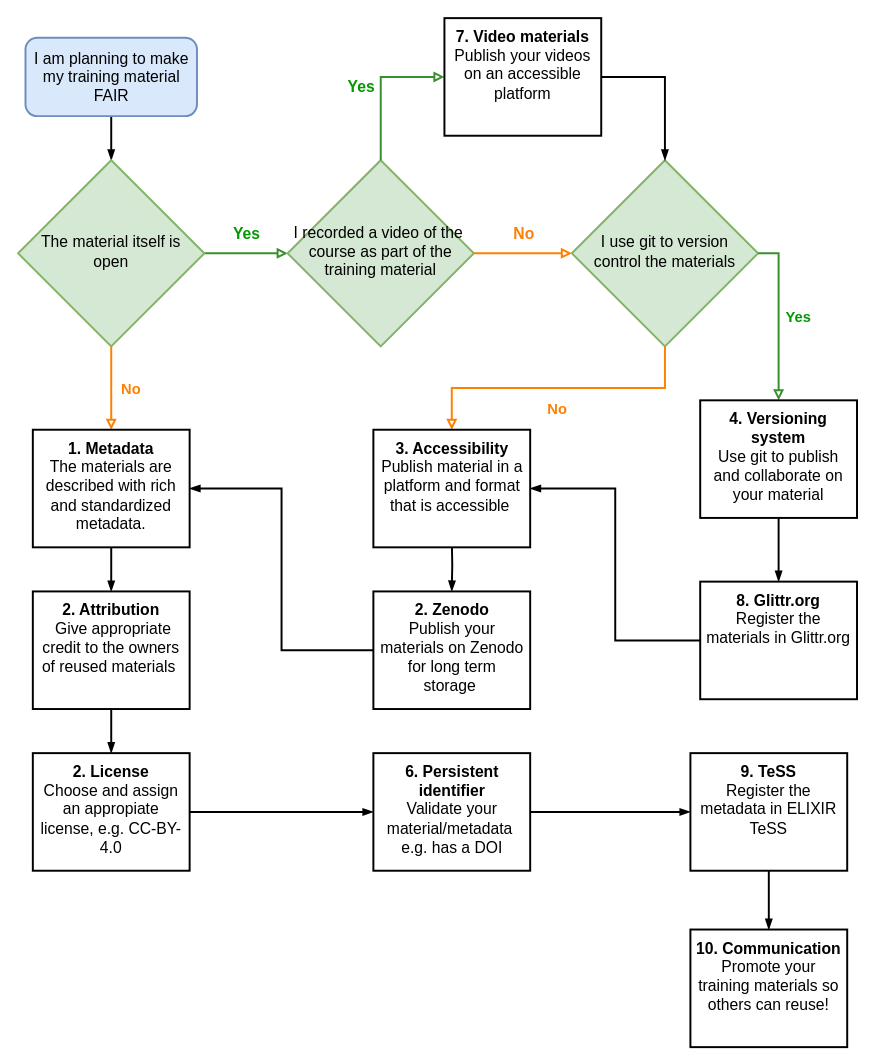
Above: FAIR_training_flowchart.drawio in sib-swiss/FAIR-training-flowchart (draw.io), before the change. Source tidied: cells renumbered, new cells numbered last; positions are measured from the earlier drawing's top-left corner, leaving out a move shared by most shapes. Both pictures are drawn from the tidied source at 98%, with x=0, y=0 at pixel (18, 18).
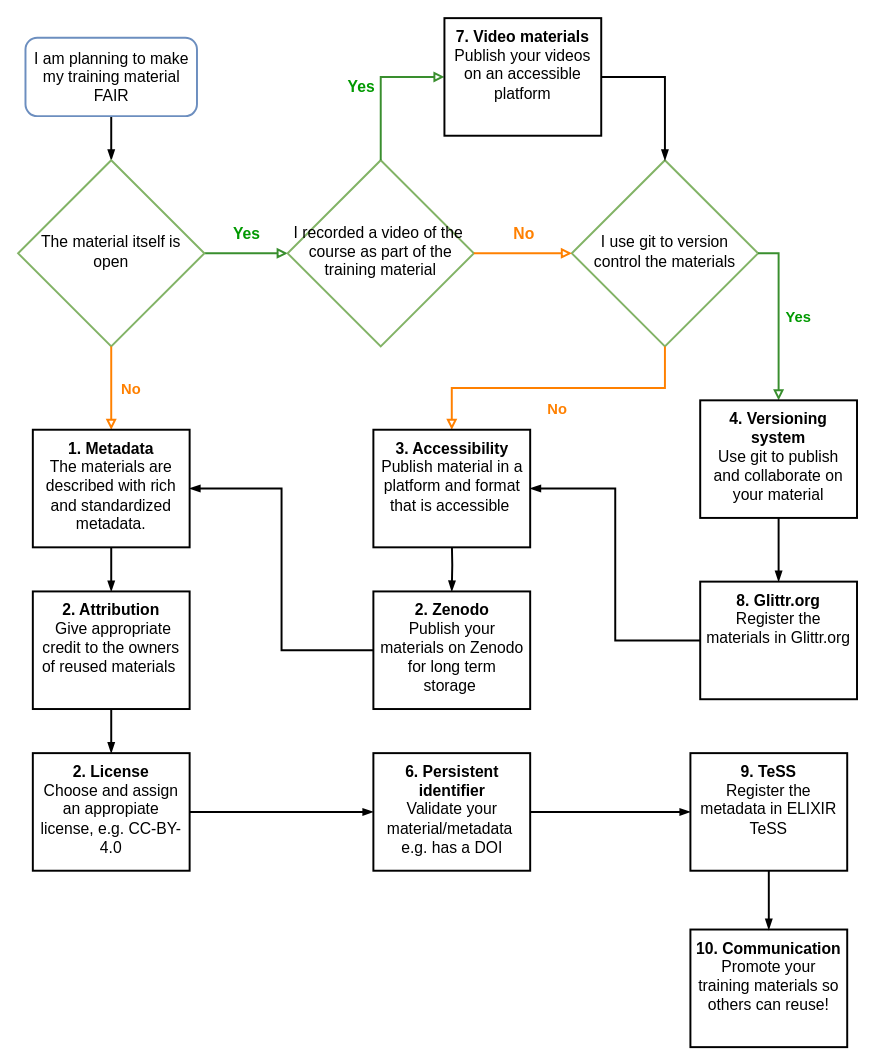
Above is the later version.

Commit message:
removes background for some boxes

Change to the diagram source:
```diff
@@
-    <mxCell id="3" value="&lt;p align=&quot;center&quot;&gt;I am planning to make my training&amp;nbsp;material FAIR&lt;/p&gt;" style="rounded=1;whiteSpace=wrap;html=1;fontSize=16;glass=0;strokeWidth=2;shadow=0;fillColor=#dae8fc;strokeColor=#6c8ebf;align=center;" parent="1" vertex="1">
+    <mxCell id="3" value="&lt;p align=&quot;center&quot;&gt;I am planning to make my training&amp;nbsp;material FAIR&lt;/p&gt;" style="rounded=1;whiteSpace=wrap;html=1;fontSize=16;glass=0;strokeWidth=2;shadow=0;fillColor=none;strokeColor=#6c8ebf;align=center;" parent="1" vertex="1">
       <mxGeometry x="7.5" y="20" width="175" height="80" as="geometry" />
     </mxCell>
@@
-    <mxCell id="5" value="I recorded a video of the&amp;nbsp;&lt;div&gt;course as part of the training material&lt;/div&gt;" style="rhombus;whiteSpace=wrap;html=1;shadow=0;fontFamily=Helvetica;fontSize=16;align=center;strokeWidth=2;spacing=6;spacingTop=-4;fillColor=#d5e8d4;strokeColor=#82b366;" parent="1" vertex="1">
+    <mxCell id="5" value="I recorded a video of the&amp;nbsp;&lt;div&gt;course as part of the training material&lt;/div&gt;" style="rhombus;whiteSpace=wrap;html=1;shadow=0;fontFamily=Helvetica;fontSize=16;align=center;strokeWidth=2;spacing=6;spacingTop=-4;fillColor=none;strokeColor=#82b366;" parent="1" vertex="1">
       <mxGeometry x="275" y="145" width="190" height="190" as="geometry" />
     </mxCell>
@@
-    <mxCell id="7" value="I use git to version control the materials" style="rhombus;whiteSpace=wrap;html=1;shadow=0;fontFamily=Helvetica;fontSize=16;align=center;strokeWidth=2;spacing=6;spacingTop=-4;fillColor=#d5e8d4;strokeColor=#82b366;" parent="1" vertex="1">
+    <mxCell id="7" value="I use git to version control the materials" style="rhombus;whiteSpace=wrap;html=1;shadow=0;fontFamily=Helvetica;fontSize=16;align=center;strokeWidth=2;spacing=6;spacingTop=-4;fillColor=none;strokeColor=#82b366;" parent="1" vertex="1">
       <mxGeometry x="565" y="145" width="190" height="190" as="geometry" />
     </mxCell>
@@
-    <mxCell id="11" value="The material itself is open" style="rhombus;whiteSpace=wrap;html=1;shadow=0;fontFamily=Helvetica;fontSize=16;align=center;strokeWidth=2;spacing=6;spacingTop=-4;fillColor=#d5e8d4;strokeColor=#82b366;" parent="1" vertex="1">
+    <mxCell id="11" value="The material itself is open" style="rhombus;whiteSpace=wrap;html=1;shadow=0;fontFamily=Helvetica;fontSize=16;align=center;strokeWidth=2;spacing=6;spacingTop=-4;fillColor=none;strokeColor=#82b366;" parent="1" vertex="1">
       <mxGeometry y="145" width="190" height="190" as="geometry" />
     </mxCell>
```
